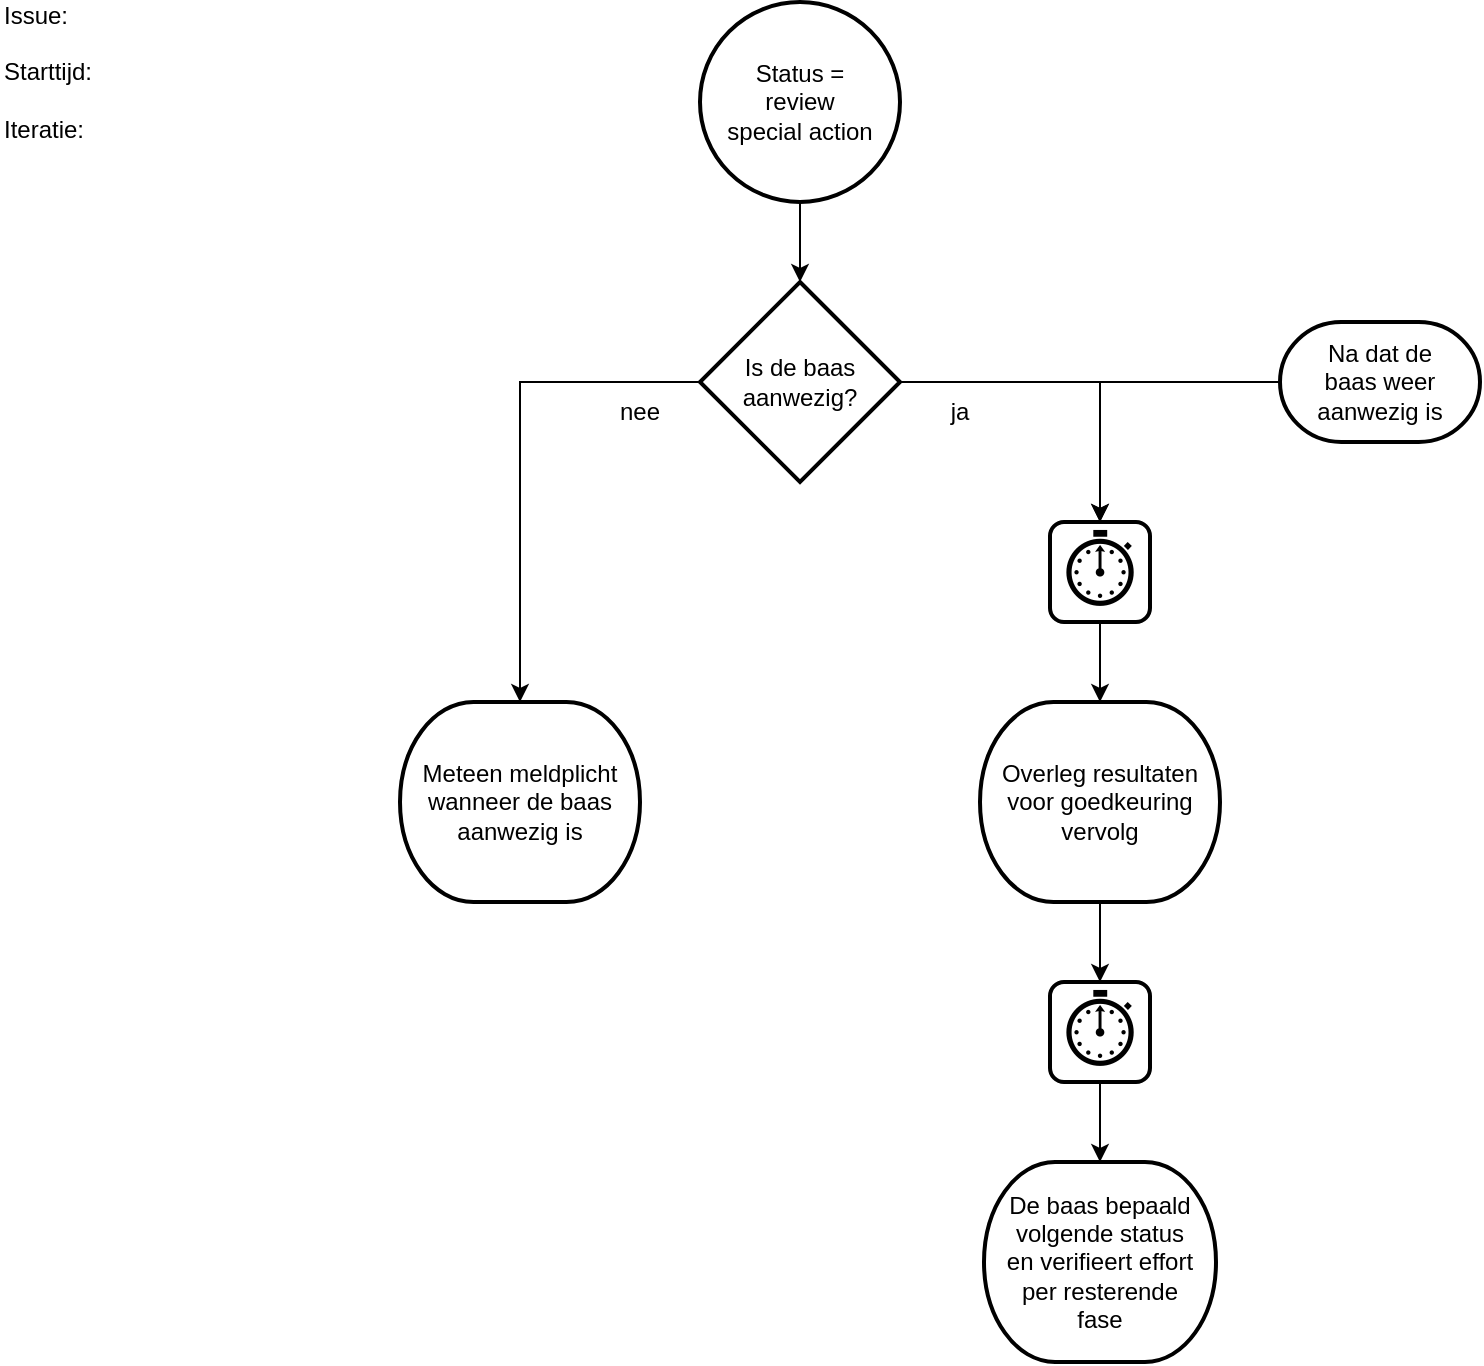
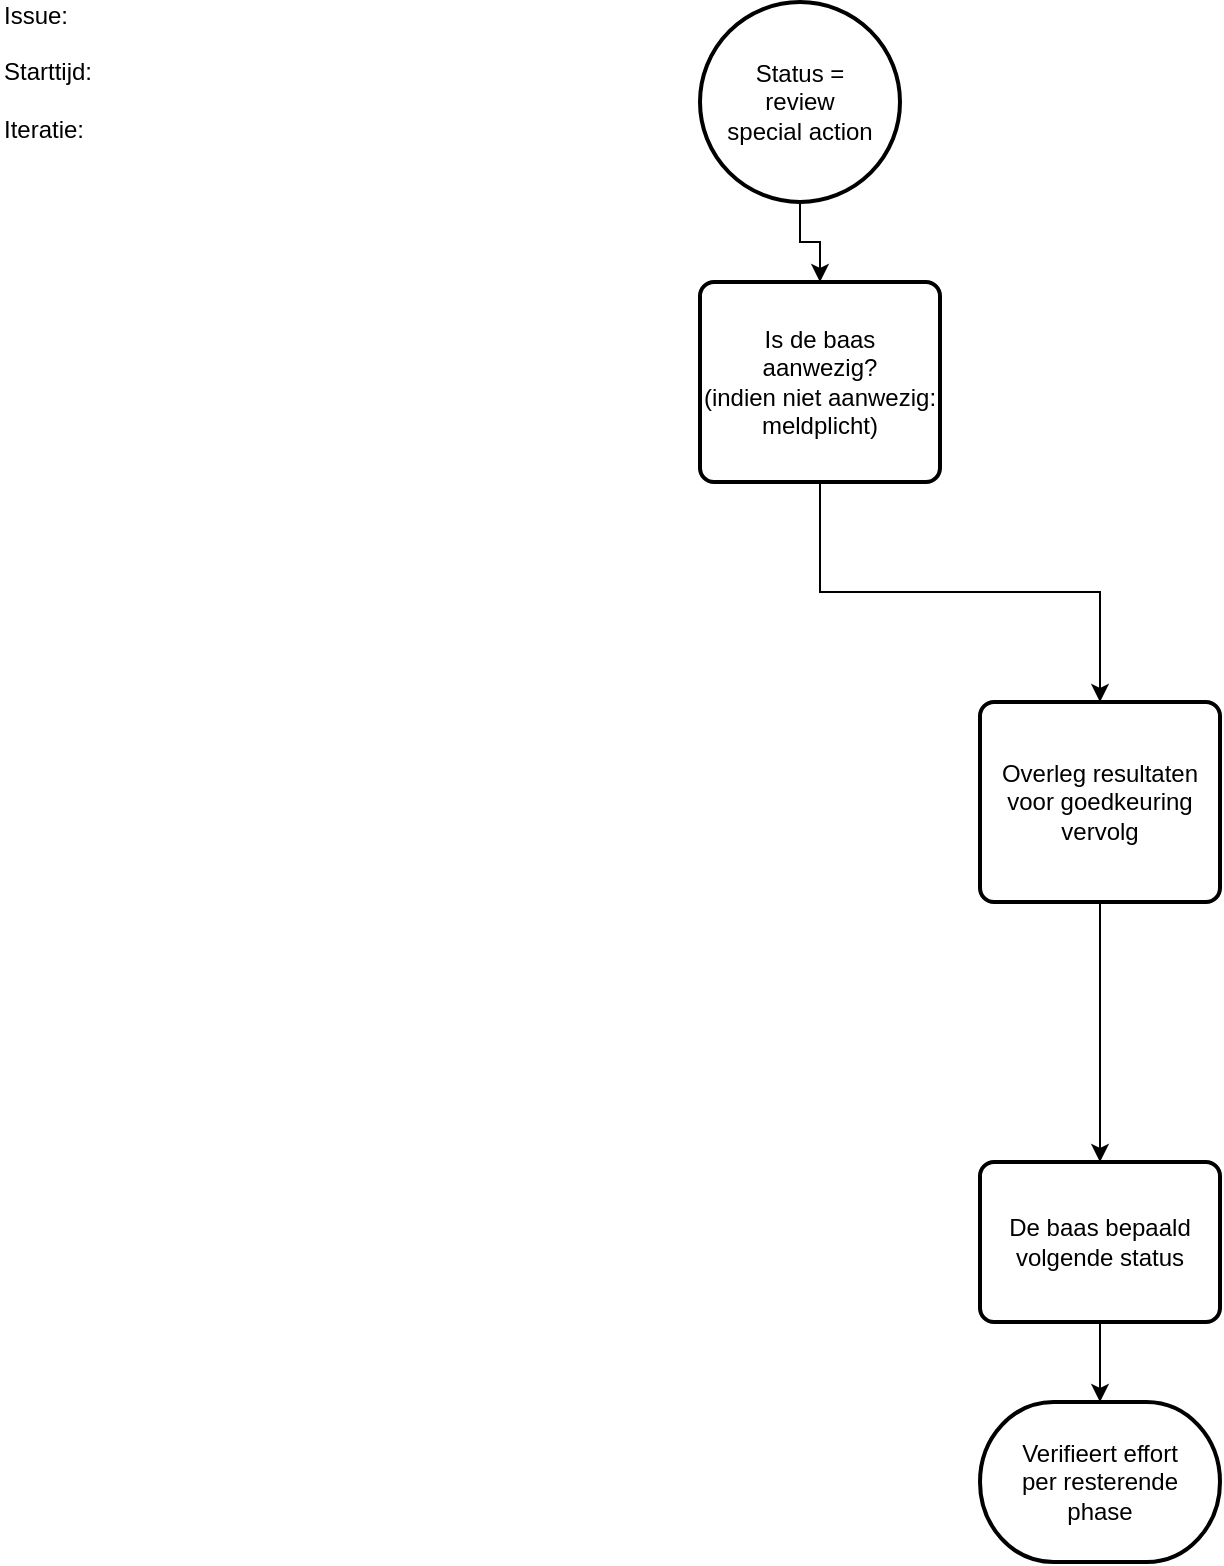
<mxfile host="Electron" agent="Mozilla/5.0 (Windows NT 10.0; Win64; x64) AppleWebKit/537.36 (KHTML, like Gecko) Chrome/144.0.0.0 Safari/537.36">
  <diagram id="BnLUZblOsesBlHXev8Wl" name="Page-1">
    <mxGraphModel dx="842" dy="576" grid="1" gridSize="10" guides="1" tooltips="1" connect="1" arrows="1" fold="1" page="1" pageScale="1" pageWidth="827" pageHeight="1169" math="0" shadow="0">
      <root>
        <mxCell id="0" />
        <mxCell id="1" parent="0" />
-         <mxCell id="pxuzoADpxMfooJR_diKQ-1" edge="1" parent="1" source="pxuzoADpxMfooJR_diKQ-2" style="edgeStyle=orthogonalEdgeStyle;rounded=0;orthogonalLoop=1;jettySize=auto;html=1;entryX=0.5;entryY=0;entryDx=0;entryDy=0;entryPerimeter=0;" target="pxuzoADpxMfooJR_diKQ-4" value="">
+         <mxCell id="pxuzoADpxMfooJR_diKQ-1" edge="1" parent="1" source="pxuzoADpxMfooJR_diKQ-2" style="edgeStyle=orthogonalEdgeStyle;rounded=0;orthogonalLoop=1;jettySize=auto;html=1;entryX=0.5;entryY=0;entryDx=0;entryDy=0;" target="pxuzoADpxMfooJR_diKQ-4" value="">
          <mxGeometry relative="1" as="geometry" />
        </mxCell>
        <object label="Status =&lt;br&gt;review&lt;br&gt;special action" Action="1201" id="pxuzoADpxMfooJR_diKQ-2">
          <mxCell parent="1" style="strokeWidth=2;html=1;shape=mxgraph.flowchart.start_2;whiteSpace=wrap;" vertex="1">
            <mxGeometry height="100" width="100" x="370" y="20" as="geometry" />
          </mxCell>
        </object>
-         <mxCell id="pxuzoADpxMfooJR_diKQ-3" edge="1" parent="1" source="pxuzoADpxMfooJR_diKQ-4" style="edgeStyle=orthogonalEdgeStyle;rounded=0;orthogonalLoop=1;jettySize=auto;html=1;exitX=1;exitY=0.5;exitDx=0;exitDy=0;exitPerimeter=0;entryX=0.5;entryY=0;entryDx=0;entryDy=0;" target="pxuzoADpxMfooJR_diKQ-23">
+         <mxCell id="pxuzoADpxMfooJR_diKQ-3" edge="1" parent="1" source="pxuzoADpxMfooJR_diKQ-4" style="edgeStyle=orthogonalEdgeStyle;rounded=0;orthogonalLoop=1;jettySize=auto;html=1;exitX=0.5;exitY=1;exitDx=0;exitDy=0;entryX=0.5;entryY=0;entryDx=0;entryDy=0;" target="pxuzoADpxMfooJR_diKQ-9">
          <mxGeometry relative="1" as="geometry" />
        </mxCell>
-         <object label="Is de baas&lt;br&gt;aanwezig?" Action="1202" id="pxuzoADpxMfooJR_diKQ-4">
-           <mxCell parent="1" style="strokeWidth=2;html=1;shape=mxgraph.flowchart.decision;whiteSpace=wrap;" vertex="1">
-             <mxGeometry height="100" width="100" x="370" y="160" as="geometry" />
+         <object label="Is de baas&lt;br&gt;aanwezig?&lt;br&gt;(indien niet aanwezig:&lt;br&gt;meldplicht)" Action="1202" id="pxuzoADpxMfooJR_diKQ-4">
+           <mxCell parent="1" style="rounded=1;whiteSpace=wrap;html=1;absoluteArcSize=1;arcSize=14;strokeWidth=2;" vertex="1">
+             <mxGeometry height="100" width="120" x="370" y="160" as="geometry" />
          </mxCell>
        </object>
-         <mxCell id="pxuzoADpxMfooJR_diKQ-5" parent="1" style="text;html=1;whiteSpace=wrap;strokeColor=none;fillColor=none;align=center;verticalAlign=middle;rounded=0;" value="ja" vertex="1">
-           <mxGeometry height="30" width="60" x="470" y="210" as="geometry" />
-         </mxCell>
-         <object label="Meteen meldplicht&lt;br&gt;wanneer de baas&lt;br&gt;aanwezig is" Action="1202F" id="pxuzoADpxMfooJR_diKQ-6">
-           <mxCell parent="1" style="strokeWidth=2;html=1;shape=mxgraph.flowchart.terminator;whiteSpace=wrap;" vertex="1">
-             <mxGeometry height="100" width="120" x="220" y="370" as="geometry" />
-           </mxCell>
-         </object>
-         <mxCell id="pxuzoADpxMfooJR_diKQ-7" parent="1" style="text;html=1;whiteSpace=wrap;strokeColor=none;fillColor=none;align=center;verticalAlign=middle;rounded=0;" value="nee" vertex="1">
-           <mxGeometry height="30" width="60" x="310" y="210" as="geometry" />
-         </mxCell>
-         <mxCell id="pxuzoADpxMfooJR_diKQ-8" edge="1" parent="1" source="pxuzoADpxMfooJR_diKQ-9" style="edgeStyle=orthogonalEdgeStyle;rounded=0;orthogonalLoop=1;jettySize=auto;html=1;" target="pxuzoADpxMfooJR_diKQ-25" value="">
+         <mxCell id="pxuzoADpxMfooJR_diKQ-8" edge="1" parent="1" source="pxuzoADpxMfooJR_diKQ-9" style="edgeStyle=orthogonalEdgeStyle;rounded=0;orthogonalLoop=1;jettySize=auto;html=1;exitX=0.5;exitY=1;exitDx=0;exitDy=0;entryX=0.5;entryY=0;entryDx=0;entryDy=0;" target="pxuzoADpxMfooJR_diKQ-17" value="">
          <mxGeometry relative="1" as="geometry" />
        </mxCell>
        <object label="Overleg resultaten&lt;br&gt;voor goedkeuring&lt;br&gt;vervolg" Action="1204" id="pxuzoADpxMfooJR_diKQ-9">
-           <mxCell parent="1" style="strokeWidth=2;html=1;shape=mxgraph.flowchart.terminator;whiteSpace=wrap;" vertex="1">
+           <mxCell parent="1" style="rounded=1;whiteSpace=wrap;html=1;absoluteArcSize=1;arcSize=14;strokeWidth=2;" vertex="1">
            <mxGeometry height="100" width="120" x="510" y="370" as="geometry" />
          </mxCell>
        </object>
-         <mxCell id="pxuzoADpxMfooJR_diKQ-10" edge="1" parent="1" source="pxuzoADpxMfooJR_diKQ-4" style="edgeStyle=orthogonalEdgeStyle;rounded=0;orthogonalLoop=1;jettySize=auto;html=1;exitX=0;exitY=0.5;exitDx=0;exitDy=0;exitPerimeter=0;entryX=0.5;entryY=0;entryDx=0;entryDy=0;entryPerimeter=0;" target="pxuzoADpxMfooJR_diKQ-6">
-           <mxGeometry relative="1" as="geometry" />
-         </mxCell>
-         <mxCell id="pxuzoADpxMfooJR_diKQ-11" edge="1" parent="1" source="pxuzoADpxMfooJR_diKQ-12" style="edgeStyle=orthogonalEdgeStyle;rounded=0;orthogonalLoop=1;jettySize=auto;html=1;exitX=0;exitY=0.5;exitDx=0;exitDy=0;exitPerimeter=0;entryX=0.5;entryY=0;entryDx=0;entryDy=0;" target="pxuzoADpxMfooJR_diKQ-23">
-           <mxGeometry relative="1" as="geometry" />
-         </mxCell>
-         <object label="Na dat de&lt;br&gt;baas weer&lt;br&gt;aanwezig is" Action="1202T" id="pxuzoADpxMfooJR_diKQ-12">
-           <mxCell parent="1" style="strokeWidth=2;html=1;shape=mxgraph.flowchart.terminator;whiteSpace=wrap;" vertex="1">
-             <mxGeometry height="60" width="100" x="660" y="180" as="geometry" />
-           </mxCell>
-         </object>
-         <object label="De baas bepaald&lt;br&gt;volgende status&lt;br&gt;en verifieert effort&lt;br&gt;per resterende&lt;br&gt;fase" Action="1206" id="pxuzoADpxMfooJR_diKQ-17">
-           <mxCell parent="1" style="strokeWidth=2;html=1;shape=mxgraph.flowchart.terminator;whiteSpace=wrap;" vertex="1">
-             <mxGeometry height="100" width="116" x="512" y="600" as="geometry" />
+         <object label="De baas bepaald&lt;br&gt;volgende status" Action="1206" id="pxuzoADpxMfooJR_diKQ-17">
+           <mxCell parent="1" style="rounded=1;whiteSpace=wrap;html=1;absoluteArcSize=1;arcSize=14;strokeWidth=2;" vertex="1">
+             <mxGeometry height="80" width="120" x="510" y="600" as="geometry" />
          </mxCell>
        </object>
        <mxCell id="pxuzoADpxMfooJR_diKQ-20" parent="1" style="text;html=1;align=left;verticalAlign=middle;whiteSpace=wrap;rounded=0;" value="Issue:&amp;nbsp; &amp;nbsp;&lt;br&gt;&lt;br&gt;Starttijd:&lt;br&gt;&lt;br&gt;Iteratie:&amp;nbsp;" vertex="1">
          <mxGeometry height="30" width="60" x="20" y="40" as="geometry" />
        </mxCell>
-         <mxCell id="pxuzoADpxMfooJR_diKQ-22" edge="1" parent="1" source="pxuzoADpxMfooJR_diKQ-23" style="edgeStyle=orthogonalEdgeStyle;rounded=0;orthogonalLoop=1;jettySize=auto;html=1;" target="pxuzoADpxMfooJR_diKQ-9" value="">
+         <object label="Verifieert effort&lt;br&gt;per resterende&lt;br&gt;phase" Action="1207" id="pxuzoADpxMfooJR_diKQ-27">
+           <mxCell parent="1" style="strokeWidth=2;html=1;shape=mxgraph.flowchart.terminator;whiteSpace=wrap;" vertex="1">
+             <mxGeometry height="80" width="120" x="510" y="720" as="geometry" />
+           </mxCell>
+         </object>
+         <mxCell id="pxuzoADpxMfooJR_diKQ-28" edge="1" parent="1" source="pxuzoADpxMfooJR_diKQ-17" style="edgeStyle=orthogonalEdgeStyle;rounded=0;orthogonalLoop=1;jettySize=auto;html=1;exitX=0.5;exitY=1;exitDx=0;exitDy=0;entryX=0.5;entryY=0;entryDx=0;entryDy=0;" target="pxuzoADpxMfooJR_diKQ-27">
          <mxGeometry relative="1" as="geometry" />
        </mxCell>
-         <object label="&lt;font style=&quot;font-size: 36px;&quot;&gt;⏱️&lt;/font&gt;" Action="1203" id="pxuzoADpxMfooJR_diKQ-23">
-           <mxCell parent="1" style="rounded=1;whiteSpace=wrap;html=1;absoluteArcSize=1;arcSize=14;strokeWidth=2;" vertex="1">
-             <mxGeometry height="50" width="50" x="545" y="280" as="geometry" />
-           </mxCell>
-         </object>
-         <mxCell id="pxuzoADpxMfooJR_diKQ-26" edge="1" parent="1" source="pxuzoADpxMfooJR_diKQ-25" style="edgeStyle=orthogonalEdgeStyle;rounded=0;orthogonalLoop=1;jettySize=auto;html=1;" target="pxuzoADpxMfooJR_diKQ-17" value="">
-           <mxGeometry relative="1" as="geometry" />
-         </mxCell>
-         <object label="&lt;font style=&quot;font-size: 36px;&quot;&gt;⏱️&lt;/font&gt;" Action="1205" id="pxuzoADpxMfooJR_diKQ-25">
-           <mxCell parent="1" style="rounded=1;whiteSpace=wrap;html=1;absoluteArcSize=1;arcSize=14;strokeWidth=2;" vertex="1">
-             <mxGeometry height="50" width="50" x="545" y="510" as="geometry" />
-           </mxCell>
-         </object>
      </root>
    </mxGraphModel>
  </diagram>
</mxfile>
